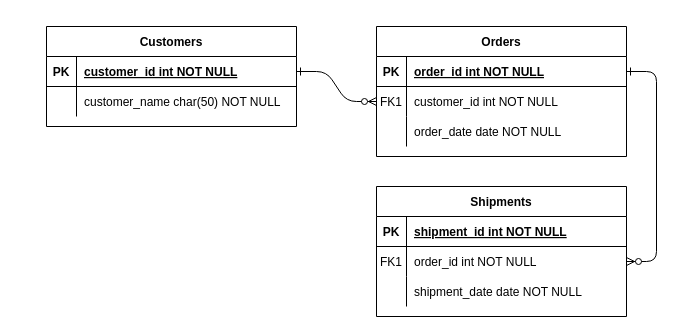
Before: Untitled Diagram.drawio in bomsiwor/wor-resolusi, a draw.io diagram. Source tidied: cells renumbered, new cells numbered last; positions are measured from the earlier drawing's top-left corner, leaving out a move shared by most shapes. Both pictures are drawn from the tidied source at 100%, with x=0, y=0 at pixel (46, 26).
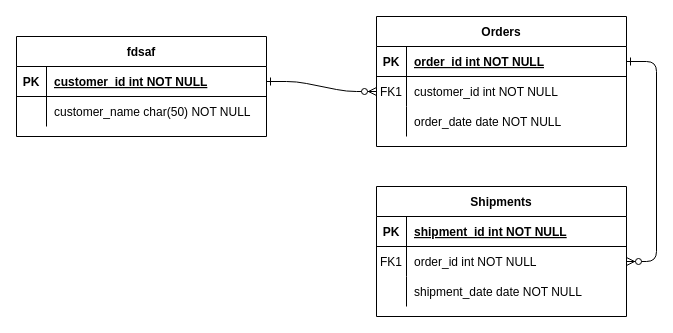
After the change.

Change to the diagram source:
```diff
@@
     <mxCell id="4" value="Orders" style="shape=table;startSize=30;childLayout=tableLayout;rowLines=0;fontStyle=1;align=center;" parent="1" vertex="1">
-      <mxGeometry x="330" width="250" height="130" as="geometry" />
+      <mxGeometry x="330" y="-10" width="250" height="130" as="geometry" />
     </mxCell>
@@
-    <mxCell id="24" value="Customers" style="shape=table;startSize=30;childLayout=tableLayout;rowLines=0;fontStyle=1;align=center;" parent="1" vertex="1">
-      <mxGeometry width="250" height="100" as="geometry" />
+    <mxCell id="24" value="fdsaf" style="shape=table;startSize=30;childLayout=tableLayout;rowLines=0;fontStyle=1;align=center;" parent="1" vertex="1">
+      <mxGeometry x="-30" y="10" width="250" height="100" as="geometry" />
     </mxCell>
```
